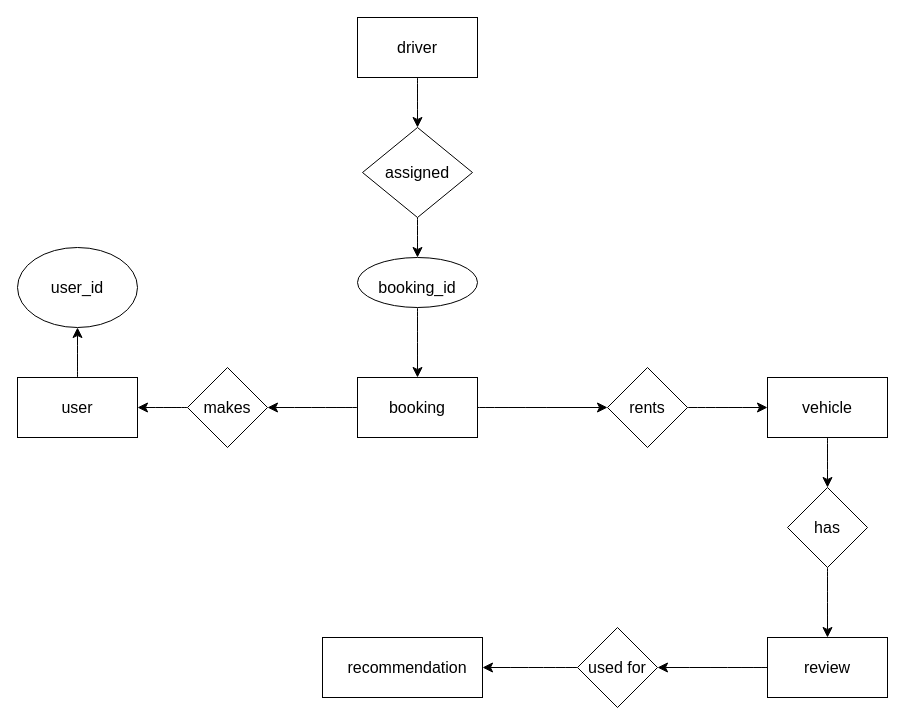
The draw.io diagram Untitled Diagram.drawio in Sub1sh/6th_sem_project, before the edit. Source tidied: cells renumbered, new cells numbered last; positions are measured from the earlier drawing's top-left corner, leaving out a move shared by most shapes. Both pictures are drawn from the tidied source at 100%, with x=0, y=0 at pixel (17, 17).
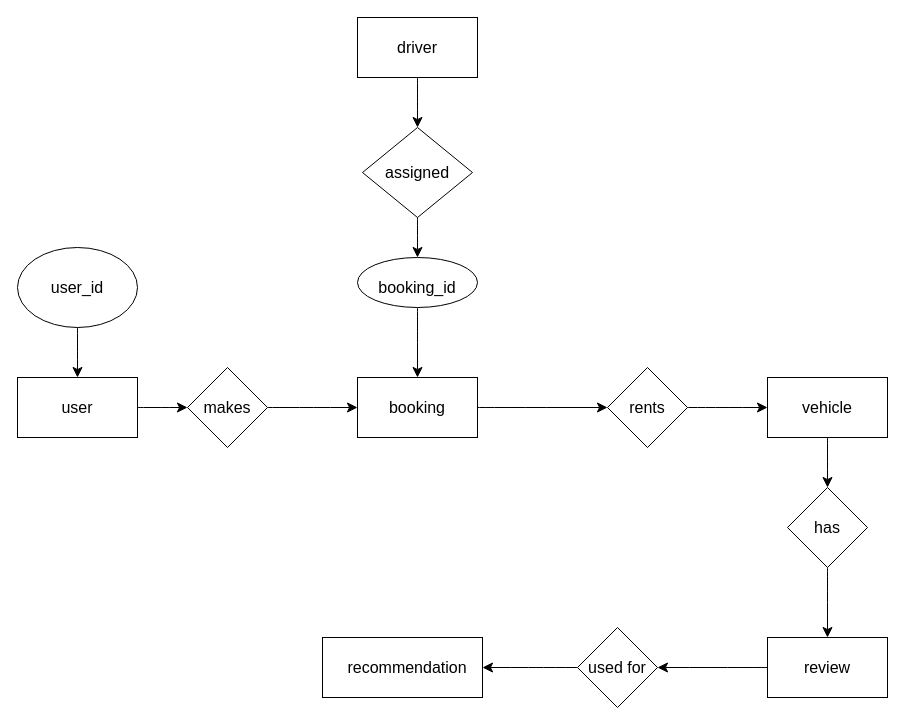
The same page after the edit.

The change refers to these unchanged cells:
```xml
<mxCell id="10" style="rounded=0;whiteSpace=wrap;html=1;" parent="1" vertex="1">
  <mxGeometry x="340" y="360" width="120" height="60" as="geometry" />
</mxCell>
<mxCell id="12" style="rhombus;whiteSpace=wrap;html=1;" parent="1" vertex="1">
  <mxGeometry x="170" y="350" width="80" height="80" as="geometry" />
</mxCell>
<mxCell id="14" style="rounded=0;whiteSpace=wrap;html=1;" parent="1" vertex="1">
  <mxGeometry y="360" width="120" height="60" as="geometry" />
</mxCell>
<mxCell id="15" style="ellipse;whiteSpace=wrap;html=1;" parent="1" vertex="1">
  <mxGeometry y="230" width="120" height="80" as="geometry" />
</mxCell>
```

What changed in the source:
```diff
@@
-    <mxCell id="8" style="edgeStyle=none;curved=1;rounded=0;jettySize=auto;html=1;fontSize=12;startSize=8;endSize=8;" parent="1" edge="1" source="10" target="12">
-      <mxGeometry relative="1" as="geometry" />
-    </mxCell>
@@
-    <mxCell id="11" style="edgeStyle=none;curved=1;rounded=0;jettySize=auto;html=1;fontSize=12;startSize=8;endSize=8;" parent="1" edge="1" source="12" target="14">
-      <mxGeometry relative="1" as="geometry" />
-    </mxCell>
+    <mxCell id="40" style="edgeStyle=none;curved=1;rounded=0;jettySize=auto;html=1;fontSize=12;startSize=8;endSize=8;" parent="1" edge="1" source="12">
+      <mxGeometry relative="1" as="geometry">
+        <mxPoint x="340" y="390" as="targetPoint" />
+      </mxGeometry>
+    </mxCell>
@@
-    <mxCell id="13" style="edgeStyle=none;curved=1;rounded=0;jettySize=auto;html=1;fontSize=12;startSize=8;endSize=8;" parent="1" edge="1" source="14" target="15">
-      <mxGeometry relative="1" as="geometry" />
-    </mxCell>
+    <mxCell id="41" style="edgeStyle=none;curved=1;rounded=0;jettySize=auto;html=1;fontSize=12;startSize=8;endSize=8;" parent="1" edge="1" source="14">
+      <mxGeometry relative="1" as="geometry">
+        <mxPoint x="170" y="390" as="targetPoint" />
+      </mxGeometry>
+    </mxCell>
@@
+    <mxCell id="42" style="edgeStyle=none;curved=1;rounded=0;jettySize=auto;html=1;fontSize=12;startSize=8;endSize=8;" parent="1" edge="1" source="15">
+      <mxGeometry relative="1" as="geometry">
+        <mxPoint x="60" y="360" as="targetPoint" />
+      </mxGeometry>
+    </mxCell>
```
